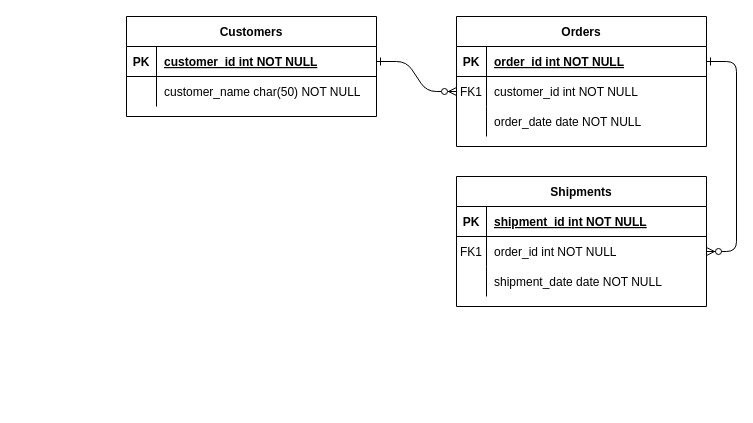
Earlier version of the draw.io diagram Untitled Diagram.drawio (igorgbr/SQL-queryes). Source tidied: cells renumbered, new cells numbered last; positions are measured from the earlier drawing's top-left corner, leaving out a move shared by most shapes. Both pictures are drawn from the tidied source at 100%, with x=0, y=0 at pixel (126, 16).
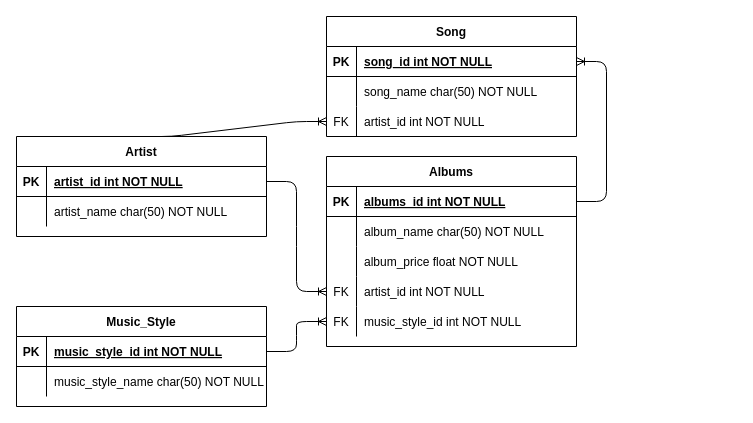
The same page after the edit.

The change refers to these unchanged cells:
```xml
<mxCell id="5" style="shape=partialRectangle;fillColor=none;points=[[0,0.5],[1,0.5]];portConstraint=eastwest;top=0;left=0;right=0;bottom=1;" parent="4" vertex="1">
  <mxGeometry y="30" width="250" height="30" as="geometry" />
</mxCell>
<mxCell id="25" style="shape=partialRectangle;fillColor=none;points=[[0,0.5],[1,0.5]];portConstraint=eastwest;top=0;left=0;right=0;bottom=1;" parent="24" vertex="1">
  <mxGeometry y="30" width="250" height="30" as="geometry" />
</mxCell>
<mxCell id="28" style="shape=partialRectangle;fillColor=none;top=0;left=0;right=0;bottom=0;" parent="24" vertex="1">
  <mxGeometry y="60" width="250" height="30" as="geometry" />
</mxCell>
```

The edit, as a diff of the source:
```diff
@@
-    <mxCell id="2" style="edgeStyle=entityRelationEdgeStyle;endArrow=ERzeroToMany;startArrow=ERone;endFill=1;startFill=0;" parent="1" edge="1" source="25" target="8">
-      <mxGeometry relative="1" as="geometry" />
-    </mxCell>
-    <mxCell id="3" style="edgeStyle=entityRelationEdgeStyle;endArrow=ERzeroToMany;startArrow=ERone;endFill=1;startFill=0;" parent="1" edge="1" source="5" target="18">
-      <mxGeometry relative="1" as="geometry" />
-    </mxCell>
+    <mxCell id="31" style="edgeStyle=entityRelationEdgeStyle;fontSize=12;html=1;endArrow=ERoneToMany;exitX=0.5;exitY=0;exitDx=0;exitDy=0;entryX=0;entryY=0.5;entryDx=0;entryDy=0;" parent="1" edge="1" source="24" target="48">
+      <mxGeometry relative="1" as="geometry" />
+    </mxCell>
+    <mxCell id="32" style="edgeStyle=entityRelationEdgeStyle;fontSize=12;html=1;endArrow=ERoneToMany;exitX=1;exitY=0.5;exitDx=0;exitDy=0;entryX=0;entryY=0.5;entryDx=0;entryDy=0;" parent="1" edge="1" source="52" target="37">
+      <mxGeometry relative="1" as="geometry" />
+    </mxCell>
+    <mxCell id="33" style="edgeStyle=entityRelationEdgeStyle;fontSize=12;html=1;endArrow=ERoneToMany;exitX=1;exitY=0.5;exitDx=0;exitDy=0;entryX=0;entryY=0.5;entryDx=0;entryDy=0;" parent="1" edge="1" source="25" target="34">
+      <mxGeometry relative="1" as="geometry" />
+    </mxCell>
-    <mxCell id="4" value="Orders" style="shape=table;startSize=30;childLayout=tableLayout;rowLines=0;fontStyle=1;align=center;" parent="1" vertex="1">
-      <mxGeometry x="330" width="250" height="130" as="geometry" />
+    <mxCell id="4" value="Albums" style="shape=table;startSize=30;childLayout=tableLayout;rowLines=0;fontStyle=1;align=center;" parent="1" vertex="1">
+      <mxGeometry x="200" y="140" width="250" height="190" as="geometry" />
     </mxCell>
@@
-    <mxCell id="7" value="order_id int NOT NULL " style="shape=partialRectangle;overflow=hidden;fillColor=none;top=0;left=0;bottom=0;right=0;align=left;spacingLeft=6;fontStyle=5;" parent="5" vertex="1">
+    <mxCell id="7" value="albums_id int NOT NULL " style="shape=partialRectangle;overflow=hidden;fillColor=none;top=0;left=0;bottom=0;right=0;align=left;spacingLeft=6;fontStyle=5;" parent="5" vertex="1">
       <mxGeometry x="30" width="220" height="30" as="geometry" />
     </mxCell>
+    <mxCell id="11" style="shape=partialRectangle;fillColor=none;top=0;left=0;right=0;bottom=0;" parent="4" vertex="1">
+      <mxGeometry y="60" width="250" height="30" as="geometry" />
+    </mxCell>
+    <mxCell id="12" style="shape=partialRectangle;overflow=hidden;fillColor=none;top=0;left=0;bottom=0;right=0;" parent="11" vertex="1">
+      <mxGeometry width="30" height="30" as="geometry" />
+    </mxCell>
+    <mxCell id="13" value="album_name char(50) NOT NULL" style="shape=partialRectangle;overflow=hidden;fillColor=none;top=0;left=0;bottom=0;right=0;align=left;spacingLeft=6;" parent="11" vertex="1">
+      <mxGeometry x="30" width="220" height="30" as="geometry" />
+    </mxCell>
     <mxCell id="8" style="shape=partialRectangle;fillColor=none;points=[[0,0.5],[1,0.5]];portConstraint=eastwest;top=0;left=0;right=0;bottom=0;" parent="4" vertex="1">
-      <mxGeometry y="60" width="250" height="30" as="geometry" />
+      <mxGeometry y="90" width="250" height="30" as="geometry" />
     </mxCell>
-    <mxCell id="9" value="FK1" style="shape=partialRectangle;overflow=hidden;fillColor=none;top=0;left=0;bottom=0;right=0;" parent="8" vertex="1">
+    <mxCell id="9" style="shape=partialRectangle;overflow=hidden;fillColor=none;top=0;left=0;bottom=0;right=0;" parent="8" vertex="1">
       <mxGeometry width="30" height="30" as="geometry" />
     </mxCell>
-    <mxCell id="10" value="customer_id int NOT NULL" style="shape=partialRectangle;overflow=hidden;fillColor=none;top=0;left=0;bottom=0;right=0;align=left;spacingLeft=6;" parent="8" vertex="1">
+    <mxCell id="10" value="album_price float NOT NULL" style="shape=partialRectangle;overflow=hidden;fillColor=none;top=0;left=0;bottom=0;right=0;align=left;spacingLeft=6;" parent="8" vertex="1">
       <mxGeometry x="30" width="220" height="30" as="geometry" />
     </mxCell>
-    <mxCell id="11" style="shape=partialRectangle;fillColor=none;top=0;left=0;right=0;bottom=0;" parent="4" vertex="1">
-      <mxGeometry y="90" width="250" height="30" as="geometry" />
-    </mxCell>
-    <mxCell id="12" style="shape=partialRectangle;overflow=hidden;fillColor=none;top=0;left=0;bottom=0;right=0;" parent="11" vertex="1">
-      <mxGeometry width="30" height="30" as="geometry" />
-    </mxCell>
-    <mxCell id="13" value="order_date date NOT NULL" style="shape=partialRectangle;overflow=hidden;fillColor=none;top=0;left=0;bottom=0;right=0;align=left;spacingLeft=6;" parent="11" vertex="1">
-      <mxGeometry x="30" width="220" height="30" as="geometry" />
-    </mxCell>
-    <mxCell id="14" value="Shipments" style="shape=table;startSize=30;childLayout=tableLayout;rowLines=0;fontStyle=1;align=center;" parent="1" vertex="1">
-      <mxGeometry x="330" y="160" width="250" height="130" as="geometry" />
-    </mxCell>
-    <mxCell id="15" style="shape=partialRectangle;fillColor=none;top=0;left=0;right=0;bottom=1;" parent="14" vertex="1">
-      <mxGeometry y="30" width="250" height="30" as="geometry" />
-    </mxCell>
-    <mxCell id="16" value="PK" style="shape=partialRectangle;overflow=hidden;fillColor=none;top=0;left=0;bottom=0;right=0;fontStyle=1;" parent="15" vertex="1">
-      <mxGeometry width="30" height="30" as="geometry" />
-    </mxCell>
-    <mxCell id="17" value="shipment_id int NOT NULL " style="shape=partialRectangle;overflow=hidden;fillColor=none;top=0;left=0;bottom=0;right=0;align=left;spacingLeft=6;fontStyle=5;" parent="15" vertex="1">
-      <mxGeometry x="30" width="220" height="30" as="geometry" />
-    </mxCell>
-    <mxCell id="18" style="shape=partialRectangle;fillColor=none;points=[[0,0.5],[1,0.5]];portConstraint=eastwest;top=0;left=0;right=0;bottom=0;" parent="14" vertex="1">
-      <mxGeometry y="60" width="250" height="30" as="geometry" />
-    </mxCell>
-    <mxCell id="19" value="FK1" style="shape=partialRectangle;overflow=hidden;fillColor=none;top=0;left=0;bottom=0;right=0;" parent="18" vertex="1">
-      <mxGeometry width="30" height="30" as="geometry" />
-    </mxCell>
-    <mxCell id="20" value="order_id int NOT NULL" style="shape=partialRectangle;overflow=hidden;fillColor=none;top=0;left=0;bottom=0;right=0;align=left;spacingLeft=6;" parent="18" vertex="1">
-      <mxGeometry x="30" width="220" height="30" as="geometry" />
-    </mxCell>
-    <mxCell id="21" style="shape=partialRectangle;fillColor=none;top=0;left=0;right=0;bottom=0;" parent="14" vertex="1">
-      <mxGeometry y="90" width="250" height="30" as="geometry" />
-    </mxCell>
-    <mxCell id="22" style="shape=partialRectangle;overflow=hidden;fillColor=none;top=0;left=0;bottom=0;right=0;" parent="21" vertex="1">
-      <mxGeometry width="30" height="30" as="geometry" />
-    </mxCell>
-    <mxCell id="23" value="shipment_date date NOT NULL" style="shape=partialRectangle;overflow=hidden;fillColor=none;top=0;left=0;bottom=0;right=0;align=left;spacingLeft=6;" parent="21" vertex="1">
-      <mxGeometry x="30" width="220" height="30" as="geometry" />
-    </mxCell>
+    <mxCell id="34" style="shape=partialRectangle;fillColor=none;top=0;left=0;bottom=0;right=0;points=[[0,0.5],[1,0.5]];portConstraint=eastwest;" parent="4" vertex="1">
+      <mxGeometry y="120" width="250" height="30" as="geometry" />
+    </mxCell>
+    <mxCell id="35" value="FK" style="shape=partialRectangle;fillColor=none;top=0;left=0;bottom=0;right=0;fontStyle=0;overflow=hidden;" parent="34" vertex="1">
+      <mxGeometry width="30" height="30" as="geometry" />
+    </mxCell>
+    <mxCell id="36" value="artist_id int NOT NULL" style="shape=partialRectangle;fillColor=none;top=0;left=0;bottom=0;right=0;align=left;spacingLeft=6;fontStyle=0;overflow=hidden;" parent="34" vertex="1">
+      <mxGeometry x="30" width="220" height="30" as="geometry" />
+    </mxCell>
+    <mxCell id="37" style="shape=partialRectangle;fillColor=none;top=0;left=0;bottom=0;right=0;points=[[0,0.5],[1,0.5]];portConstraint=eastwest;" parent="4" vertex="1">
+      <mxGeometry y="150" width="250" height="30" as="geometry" />
+    </mxCell>
+    <mxCell id="38" value="FK" style="shape=partialRectangle;fillColor=none;top=0;left=0;bottom=0;right=0;fontStyle=0;overflow=hidden;" parent="37" vertex="1">
+      <mxGeometry width="30" height="30" as="geometry" />
+    </mxCell>
+    <mxCell id="39" value="music_style_id int NOT NULL" style="shape=partialRectangle;fillColor=none;top=0;left=0;bottom=0;right=0;align=left;spacingLeft=6;fontStyle=0;overflow=hidden;" parent="37" vertex="1">
+      <mxGeometry x="30" width="220" height="30" as="geometry" />
+    </mxCell>
-    <mxCell id="24" value="Customers" style="shape=table;startSize=30;childLayout=tableLayout;rowLines=0;fontStyle=1;align=center;" parent="1" vertex="1">
-      <mxGeometry width="250" height="100" as="geometry" />
+    <mxCell id="24" value="Artist" style="shape=table;startSize=30;childLayout=tableLayout;rowLines=0;fontStyle=1;align=center;" parent="1" vertex="1">
+      <mxGeometry x="-110" y="120" width="250" height="100" as="geometry" />
     </mxCell>
@@
-    <mxCell id="27" value="customer_id int NOT NULL " style="shape=partialRectangle;overflow=hidden;fillColor=none;top=0;left=0;bottom=0;right=0;align=left;spacingLeft=6;fontStyle=5;" parent="25" vertex="1">
+    <mxCell id="27" value="artist_id int NOT NULL " style="shape=partialRectangle;overflow=hidden;fillColor=none;top=0;left=0;bottom=0;right=0;align=left;spacingLeft=6;fontStyle=5;" parent="25" vertex="1">
       <mxGeometry x="30" width="220" height="30" as="geometry" />
     </mxCell>
@@
-    <mxCell id="30" value="customer_name char(50) NOT NULL" style="shape=partialRectangle;overflow=hidden;fillColor=none;top=0;left=0;bottom=0;right=0;align=left;spacingLeft=6;" parent="28" vertex="1">
+    <mxCell id="30" value="artist_name char(50) NOT NULL" style="shape=partialRectangle;overflow=hidden;fillColor=none;top=0;left=0;bottom=0;right=0;align=left;spacingLeft=6;" parent="28" vertex="1">
       <mxGeometry x="30" width="220" height="30" as="geometry" />
     </mxCell>
+    <mxCell id="40" style="edgeStyle=entityRelationEdgeStyle;fontSize=12;html=1;endArrow=ERoneToMany;exitX=1;exitY=0.5;exitDx=0;exitDy=0;" parent="1" edge="1" source="5" target="42">
+      <mxGeometry relative="1" as="geometry" />
+    </mxCell>
+    <mxCell id="41" value="Song" style="shape=table;startSize=30;childLayout=tableLayout;rowLines=0;fontStyle=1;align=center;" parent="1" vertex="1">
+      <mxGeometry x="200" width="250" height="120" as="geometry" />
+    </mxCell>
+    <mxCell id="42" style="shape=partialRectangle;fillColor=none;points=[[0,0.5],[1,0.5]];portConstraint=eastwest;top=0;left=0;right=0;bottom=1;" parent="41" vertex="1">
+      <mxGeometry y="30" width="250" height="30" as="geometry" />
+    </mxCell>
+    <mxCell id="43" value="PK" style="shape=partialRectangle;overflow=hidden;fillColor=none;top=0;left=0;bottom=0;right=0;fontStyle=1;" parent="42" vertex="1">
+      <mxGeometry width="30" height="30" as="geometry" />
+    </mxCell>
+    <mxCell id="44" value="song_id int NOT NULL " style="shape=partialRectangle;overflow=hidden;fillColor=none;top=0;left=0;bottom=0;right=0;align=left;spacingLeft=6;fontStyle=5;" parent="42" vertex="1">
+      <mxGeometry x="30" width="220" height="30" as="geometry" />
+    </mxCell>
+    <mxCell id="45" style="shape=partialRectangle;fillColor=none;top=0;left=0;right=0;bottom=0;" parent="41" vertex="1">
+      <mxGeometry y="60" width="250" height="30" as="geometry" />
+    </mxCell>
+    <mxCell id="46" style="shape=partialRectangle;overflow=hidden;fillColor=none;top=0;left=0;bottom=0;right=0;" parent="45" vertex="1">
+      <mxGeometry width="30" height="30" as="geometry" />
+    </mxCell>
+    <mxCell id="47" value="song_name char(50) NOT NULL" style="shape=partialRectangle;overflow=hidden;fillColor=none;top=0;left=0;bottom=0;right=0;align=left;spacingLeft=6;" parent="45" vertex="1">
+      <mxGeometry x="30" width="220" height="30" as="geometry" />
+    </mxCell>
+    <mxCell id="48" style="shape=partialRectangle;fillColor=none;top=0;left=0;bottom=0;right=0;points=[[0,0.5],[1,0.5]];portConstraint=eastwest;" parent="41" vertex="1">
+      <mxGeometry y="90" width="250" height="30" as="geometry" />
+    </mxCell>
+    <mxCell id="49" value="FK" style="shape=partialRectangle;fillColor=none;top=0;left=0;bottom=0;right=0;fontStyle=0;overflow=hidden;" parent="48" vertex="1">
+      <mxGeometry width="30" height="30" as="geometry" />
+    </mxCell>
+    <mxCell id="50" value="artist_id int NOT NULL" style="shape=partialRectangle;fillColor=none;top=0;left=0;bottom=0;right=0;align=left;spacingLeft=6;fontStyle=0;overflow=hidden;" parent="48" vertex="1">
+      <mxGeometry x="30" width="220" height="30" as="geometry" />
+    </mxCell>
+    <mxCell id="51" value="Music_Style" style="shape=table;startSize=30;childLayout=tableLayout;rowLines=0;fontStyle=1;align=center;" parent="1" vertex="1">
+      <mxGeometry x="-110" y="290" width="250" height="100" as="geometry" />
+    </mxCell>
+    <mxCell id="52" style="shape=partialRectangle;fillColor=none;points=[[0,0.5],[1,0.5]];portConstraint=eastwest;top=0;left=0;right=0;bottom=1;" parent="51" vertex="1">
+      <mxGeometry y="30" width="250" height="30" as="geometry" />
+    </mxCell>
+    <mxCell id="53" value="PK" style="shape=partialRectangle;overflow=hidden;fillColor=none;top=0;left=0;bottom=0;right=0;fontStyle=1;" parent="52" vertex="1">
+      <mxGeometry width="30" height="30" as="geometry" />
+    </mxCell>
+    <mxCell id="54" value="music_style_id int NOT NULL " style="shape=partialRectangle;overflow=hidden;fillColor=none;top=0;left=0;bottom=0;right=0;align=left;spacingLeft=6;fontStyle=5;" parent="52" vertex="1">
+      <mxGeometry x="30" width="220" height="30" as="geometry" />
+    </mxCell>
+    <mxCell id="55" style="shape=partialRectangle;fillColor=none;top=0;left=0;right=0;bottom=0;" parent="51" vertex="1">
+      <mxGeometry y="60" width="250" height="30" as="geometry" />
+    </mxCell>
+    <mxCell id="56" style="shape=partialRectangle;overflow=hidden;fillColor=none;top=0;left=0;bottom=0;right=0;" parent="55" vertex="1">
+      <mxGeometry width="30" height="30" as="geometry" />
+    </mxCell>
+    <mxCell id="57" value="music_style_name char(50) NOT NULL" style="shape=partialRectangle;overflow=hidden;fillColor=none;top=0;left=0;bottom=0;right=0;align=left;spacingLeft=6;" parent="55" vertex="1">
+      <mxGeometry x="30" width="220" height="30" as="geometry" />
+    </mxCell>
```
